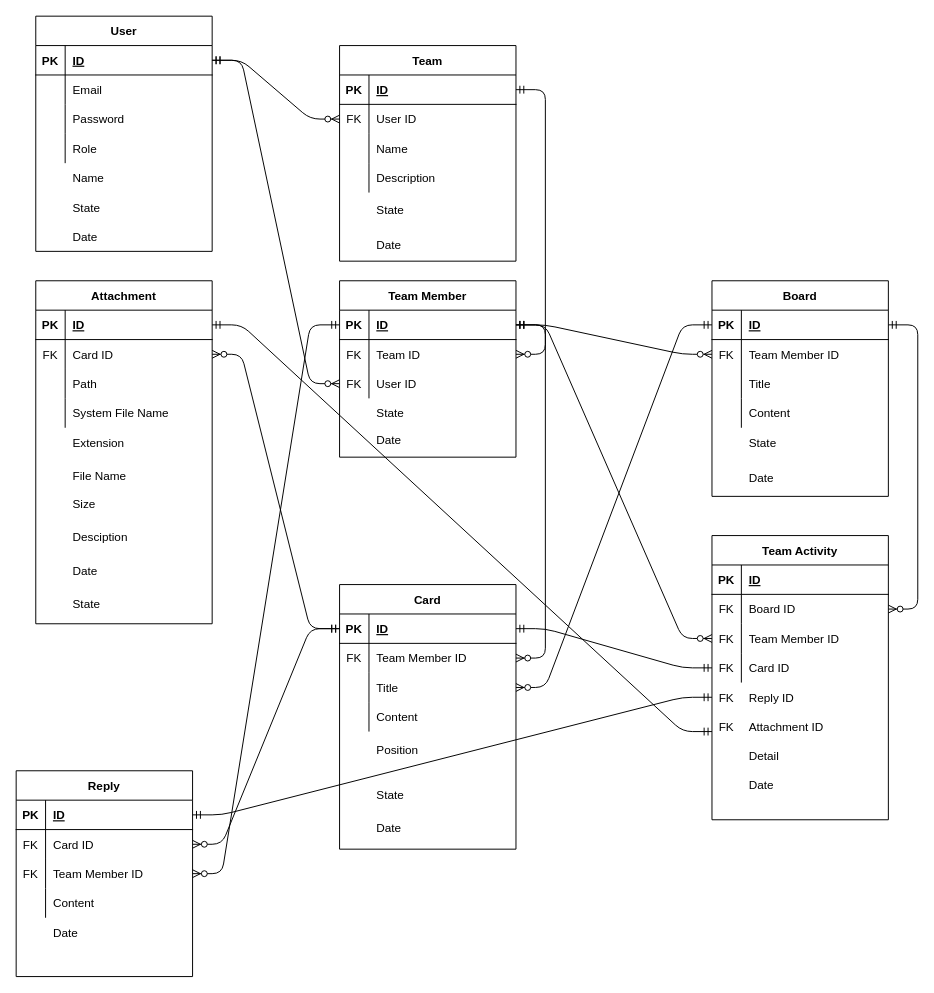
Before: plan/Logical Diagram.drawio in donghyeon0725/slack_practice, a draw.io diagram. Source tidied: cells renumbered, new cells numbered last; positions are measured from the earlier drawing's top-left corner, leaving out a move shared by most shapes. Both pictures are drawn from the tidied source at 98%, with x=0, y=0 at pixel (16, 16).
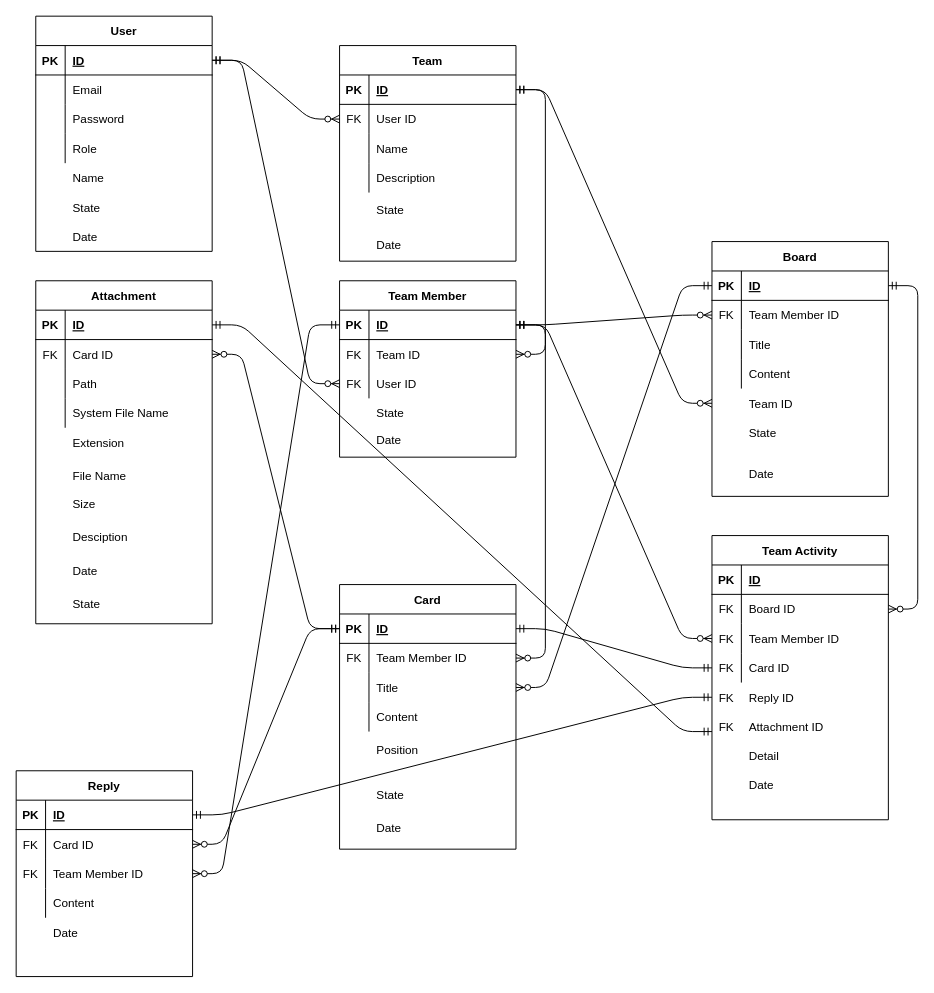
The same diagram, later.

Unchanged cells that the change refers to:
```xml
<mxCell id="101" style="shape=partialRectangle;fillColor=none;top=0;left=0;bottom=1;right=0;points=[[0,0.5],[1,0.5]];portConstraint=eastwest;" parent="100" vertex="1">
  <mxGeometry y="30" width="180" height="30" as="geometry" />
</mxCell>
```

What changed in the source:
```diff
@@
     <mxCell id="116" style="group;" parent="1" vertex="1">
-      <mxGeometry x="710" y="270" width="180" height="220" as="geometry" />
+      <mxGeometry x="710" y="230" width="180" height="260" as="geometry" />
     </mxCell>
     <mxCell id="117" style="shape=partialRectangle;fillColor=none;top=0;left=0;bottom=0;right=0;" parent="116" vertex="1">
-      <mxGeometry y="183.3" width="180" height="34.7" as="geometry" />
+      <mxGeometry y="216.7" width="180" height="41.1" as="geometry" />
     </mxCell>
     <mxCell id="118" style="shape=partialRectangle;fillColor=none;top=0;left=0;bottom=0;right=0;overflow=hidden;" parent="117" vertex="1">
-      <mxGeometry width="30" height="34.7" as="geometry" />
+      <mxGeometry width="30" height="41.1" as="geometry" />
     </mxCell>
     <mxCell id="119" value="Date" style="shape=partialRectangle;fillColor=none;top=0;left=0;bottom=0;right=0;align=left;spacingLeft=6;overflow=hidden;" parent="117" vertex="1">
-      <mxGeometry x="30" width="150" height="34.7" as="geometry" />
+      <mxGeometry x="30" width="150" height="41.1" as="geometry" />
     </mxCell>
     <mxCell id="120" style="group;" parent="116" vertex="1">
-      <mxGeometry width="180" height="220" as="geometry" />
+      <mxGeometry width="180" height="260" as="geometry" />
     </mxCell>
     <mxCell id="121" value="Board" style="shape=table;startSize=30;childLayout=tableLayout;rowLines=0;fontStyle=1;align=center;rounded=0;sketch=0;" parent="120" vertex="1">
-      <mxGeometry width="180" height="220" as="geometry" />
+      <mxGeometry width="180" height="260" as="geometry" />
     </mxCell>
@@
     <mxCell id="134" style="shape=partialRectangle;fillColor=none;top=0;left=0;bottom=0;right=0;" parent="120" vertex="1">
-      <mxGeometry y="146.9" width="180" height="36.4" as="geometry" />
+      <mxGeometry y="173.6" width="180" height="43" as="geometry" />
     </mxCell>
     <mxCell id="135" style="shape=partialRectangle;fillColor=none;top=0;left=0;bottom=0;right=0;overflow=hidden;" parent="134" vertex="1">
-      <mxGeometry width="30" height="36.4" as="geometry" />
+      <mxGeometry width="30" height="43" as="geometry" />
     </mxCell>
     <mxCell id="136" value="State" style="shape=partialRectangle;fillColor=none;top=0;left=0;bottom=0;right=0;align=left;spacingLeft=6;overflow=hidden;" parent="134" vertex="1">
-      <mxGeometry x="30" width="150" height="36.4" as="geometry" />
+      <mxGeometry x="30" width="150" height="43" as="geometry" />
     </mxCell>
+    <mxCell id="215" style="shape=partialRectangle;fillColor=none;top=0;left=0;bottom=0;right=0;points=[[0,0.5],[1,0.5]];portConstraint=eastwest;" parent="120" vertex="1">
+      <mxGeometry y="150" width="180" height="30" as="geometry" />
+    </mxCell>
+    <mxCell id="216" style="shape=partialRectangle;fillColor=none;top=0;left=0;bottom=0;right=0;overflow=hidden;" parent="215" vertex="1">
+      <mxGeometry width="30" height="30" as="geometry" />
+    </mxCell>
+    <mxCell id="217" value="Team ID" style="shape=partialRectangle;fillColor=none;top=0;left=0;bottom=0;right=0;align=left;spacingLeft=6;overflow=hidden;" parent="215" vertex="1">
+      <mxGeometry x="30" width="150" height="30" as="geometry" />
+    </mxCell>
@@
+    <mxCell id="218" style="edgeStyle=entityRelationEdgeStyle;fontSize=12;html=1;endArrow=ERzeroToMany;startArrow=ERmandOne;exitX=1;exitY=0.5;exitDx=0;exitDy=0;entryX=0;entryY=0.5;entryDx=0;entryDy=0;" parent="1" edge="1" source="101" target="215">
+      <mxGeometry relative="1" as="geometry" />
+    </mxCell>
```
